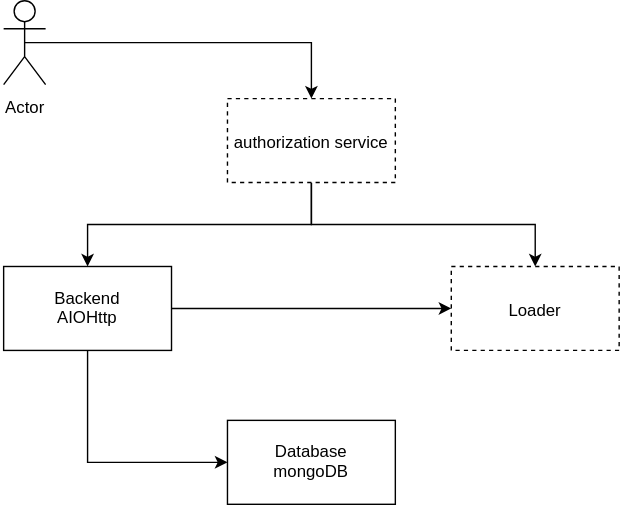
Above: architecture.svg in mas-student/softwarearchitect-2019-11-explorer (draw.io), before the change. Source tidied: cells renumbered, new cells last; positions are measured from the earlier drawing's top-left corner, leaving out a move shared by most shapes.
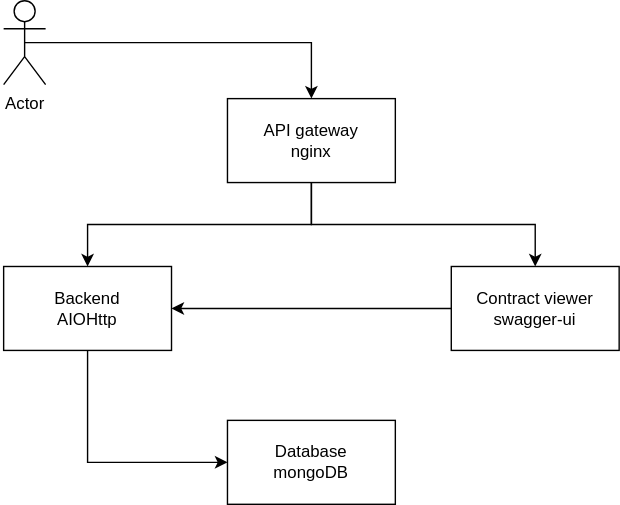
Later version of the same file.

The edit, as a diff of the source:
```diff
@@ -8,18 +8,18 @@
     <mxCell id="3" style="edgeStyle=orthogonalEdgeStyle;rounded=0;jettySize=auto;html=1;exitX=0.5;exitY=1;exitDx=0;exitDy=0;entryX=0.5;entryY=0;entryDx=0;entryDy=0;" parent="1" edge="1" source="4" target="5">
       <mxGeometry relative="1" as="geometry" />
     </mxCell>
-    <mxCell id="4" value="authorization service" style="rounded=0;whiteSpace=wrap;html=1;dashed=1;" parent="1" vertex="1">
+    <mxCell id="4" value="&lt;div&gt;API gateway&lt;/div&gt;&lt;div&gt;nginx&lt;br&gt;&lt;/div&gt;" style="rounded=0;whiteSpace=wrap;html=1;" parent="1" vertex="1">
       <mxGeometry x="160" y="70" width="120" height="60" as="geometry" />
     </mxCell>
+    <mxCell id="12" style="edgeStyle=orthogonalEdgeStyle;rounded=0;jettySize=auto;html=1;entryX=1;entryY=0.5;entryDx=0;entryDy=0;" parent="1" edge="1" source="5" target="8">
+      <mxGeometry relative="1" as="geometry" />
+    </mxCell>
-    <mxCell id="5" value="Loader" style="rounded=0;whiteSpace=wrap;html=1;dashed=1;" parent="1" vertex="1">
+    <mxCell id="5" value="&lt;div&gt;contract viewer&lt;br&gt;&lt;/div&gt;&lt;div&gt;swagger-ui&lt;/div&gt;" style="rounded=0;whiteSpace=wrap;html=1;" parent="1" vertex="1">
       <mxGeometry x="320" y="190" width="120" height="60" as="geometry" />
     </mxCell>
     <mxCell id="6" style="edgeStyle=orthogonalEdgeStyle;rounded=0;jettySize=auto;html=1;exitX=0.5;exitY=1;exitDx=0;exitDy=0;entryX=0;entryY=0.5;entryDx=0;entryDy=0;" parent="1" edge="1" source="8" target="11">
       <mxGeometry relative="1" as="geometry" />
     </mxCell>
-    <mxCell id="7" style="edgeStyle=orthogonalEdgeStyle;rounded=0;jettySize=auto;html=1;exitX=1;exitY=0.5;exitDx=0;exitDy=0;entryX=0;entryY=0.5;entryDx=0;entryDy=0;" parent="1" edge="1" source="8" target="5">
-      <mxGeometry relative="1" as="geometry" />
-    </mxCell>
     <mxCell id="8" value="&lt;div&gt;Backend&lt;/div&gt;&lt;div&gt;AIOHttp&lt;br&gt;&lt;/div&gt;" style="rounded=0;whiteSpace=wrap;html=1;" parent="1" vertex="1">
       <mxGeometry y="190" width="120" height="60" as="geometry" />
     </mxCell>
```
